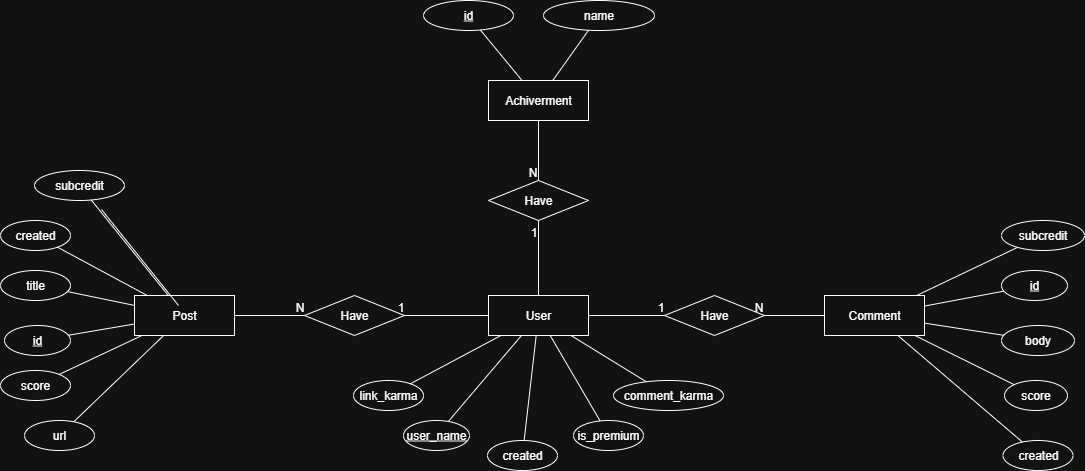
This is database/image/ERD.png from Vinhnub/Detect-clone-accounts-reddit-flatform-data-science-project-, a draw.io export, as it was before one commit. Source tidied: cells renumbered, new cells last; positions are measured from the earlier drawing's top-left corner, leaving out a move shared by most shapes. The source it was exported from:
```xml
<mxGraphModel>
  <root>
    <mxCell id="0" />
    <mxCell id="1" parent="0" />
    <mxCell id="2" value="User" style="whiteSpace=wrap;html=1;align=center;" parent="1" vertex="1">
      <mxGeometry x="488" y="295" width="100" height="40" as="geometry" />
    </mxCell>
    <mxCell id="3" value="Achiverment" style="whiteSpace=wrap;html=1;align=center;" parent="1" vertex="1">
      <mxGeometry x="488" y="80" width="100" height="40" as="geometry" />
    </mxCell>
    <mxCell id="4" value="Post" style="whiteSpace=wrap;html=1;align=center;" parent="1" vertex="1">
      <mxGeometry x="134" y="295" width="100" height="40" as="geometry" />
    </mxCell>
    <mxCell id="5" value="Comment" style="whiteSpace=wrap;html=1;align=center;" parent="1" vertex="1">
      <mxGeometry x="824" y="295" width="100" height="40" as="geometry" />
    </mxCell>
    <mxCell id="6" value="Have" style="shape=rhombus;perimeter=rhombusPerimeter;whiteSpace=wrap;html=1;align=center;" parent="1" vertex="1">
      <mxGeometry x="488" y="180" width="100" height="40" as="geometry" />
    </mxCell>
    <mxCell id="7" value="Have" style="shape=rhombus;perimeter=rhombusPerimeter;whiteSpace=wrap;html=1;align=center;" parent="1" vertex="1">
      <mxGeometry x="304" y="295" width="100" height="40" as="geometry" />
    </mxCell>
    <mxCell id="8" value="Have" style="shape=rhombus;perimeter=rhombusPerimeter;whiteSpace=wrap;html=1;align=center;" parent="1" vertex="1">
      <mxGeometry x="664" y="295" width="100" height="40" as="geometry" />
    </mxCell>
    <mxCell id="9" style="endArrow=none;html=1;rounded=0;" parent="1" edge="1" source="2" target="7">
      <mxGeometry relative="1" as="geometry" />
    </mxCell>
    <mxCell id="10" value="1" style="html=1;whiteSpace=wrap;align=right;verticalAlign=bottom;" parent="9" vertex="1">
      <mxGeometry x="1" relative="1" as="geometry" />
    </mxCell>
    <mxCell id="11" style="endArrow=none;html=1;rounded=0;" parent="1" edge="1" source="4" target="7">
      <mxGeometry relative="1" as="geometry" />
    </mxCell>
    <mxCell id="12" value="N" style="html=1;whiteSpace=wrap;align=right;verticalAlign=bottom;" parent="11" vertex="1">
      <mxGeometry x="1" relative="1" as="geometry" />
    </mxCell>
    <mxCell id="13" style="endArrow=none;html=1;rounded=0;" parent="1" edge="1" source="2" target="8">
      <mxGeometry relative="1" as="geometry" />
    </mxCell>
    <mxCell id="14" value="1" style="html=1;whiteSpace=wrap;align=right;verticalAlign=bottom;" parent="13" vertex="1">
      <mxGeometry x="1" relative="1" as="geometry" />
    </mxCell>
    <mxCell id="15" style="endArrow=none;html=1;rounded=0;" parent="1" edge="1" source="5" target="8">
      <mxGeometry relative="1" as="geometry" />
    </mxCell>
    <mxCell id="16" value="N" style="html=1;whiteSpace=wrap;align=right;verticalAlign=bottom;" parent="15" vertex="1">
      <mxGeometry x="1" relative="1" as="geometry" />
    </mxCell>
    <mxCell id="17" style="endArrow=none;html=1;rounded=0;" parent="1" edge="1" source="3" target="6">
      <mxGeometry relative="1" as="geometry" />
    </mxCell>
    <mxCell id="18" value="N" style="html=1;whiteSpace=wrap;align=right;verticalAlign=bottom;" parent="17" vertex="1">
      <mxGeometry x="1" relative="1" as="geometry" />
    </mxCell>
    <mxCell id="19" style="endArrow=none;html=1;rounded=0;" parent="1" edge="1" source="2" target="6">
      <mxGeometry relative="1" as="geometry" />
    </mxCell>
    <mxCell id="20" value="1" style="html=1;whiteSpace=wrap;align=right;verticalAlign=bottom;" parent="19" vertex="1">
      <mxGeometry x="1" relative="1" as="geometry">
        <mxPoint y="20" as="offset" />
      </mxGeometry>
    </mxCell>
    <mxCell id="21" value="user_name" style="ellipse;whiteSpace=wrap;html=1;align=center;fontStyle=4;" parent="1" vertex="1">
      <mxGeometry x="403" y="420" width="66" height="30" as="geometry" />
    </mxCell>
    <mxCell id="22" value="link_karma" style="ellipse;whiteSpace=wrap;html=1;align=center;" parent="1" vertex="1">
      <mxGeometry x="353" y="380" width="70" height="30" as="geometry" />
    </mxCell>
    <mxCell id="23" value="comment_karma" style="ellipse;whiteSpace=wrap;html=1;align=center;" parent="1" vertex="1">
      <mxGeometry x="613" y="380" width="110" height="30" as="geometry" />
    </mxCell>
    <mxCell id="24" value="created" style="ellipse;whiteSpace=wrap;html=1;align=center;" parent="1" vertex="1">
      <mxGeometry x="487" y="440" width="70" height="30" as="geometry" />
    </mxCell>
    <mxCell id="25" value="is_premium" style="ellipse;whiteSpace=wrap;html=1;align=center;" parent="1" vertex="1">
      <mxGeometry x="573" y="420" width="70" height="30" as="geometry" />
    </mxCell>
    <mxCell id="26" value="id" style="ellipse;whiteSpace=wrap;html=1;align=center;fontStyle=4;" parent="1" vertex="1">
      <mxGeometry x="423" width="90" height="30" as="geometry" />
    </mxCell>
    <mxCell id="27" value="name" style="ellipse;whiteSpace=wrap;html=1;align=center;" parent="1" vertex="1">
      <mxGeometry x="543" width="111" height="30" as="geometry" />
    </mxCell>
    <mxCell id="28" value="id" style="ellipse;whiteSpace=wrap;html=1;align=center;fontStyle=4;" parent="1" vertex="1">
      <mxGeometry x="4" y="325" width="66" height="30" as="geometry" />
    </mxCell>
    <mxCell id="29" value="score" style="ellipse;whiteSpace=wrap;html=1;align=center;" parent="1" vertex="1">
      <mxGeometry y="370" width="70" height="30" as="geometry" />
    </mxCell>
    <mxCell id="30" value="url" style="ellipse;whiteSpace=wrap;html=1;align=center;" parent="1" vertex="1">
      <mxGeometry x="24" y="420" width="70" height="30" as="geometry" />
    </mxCell>
    <mxCell id="31" value="created" style="ellipse;whiteSpace=wrap;html=1;align=center;" parent="1" vertex="1">
      <mxGeometry y="220" width="70" height="30" as="geometry" />
    </mxCell>
    <mxCell id="32" value="subcredit" style="ellipse;whiteSpace=wrap;html=1;align=center;" parent="1" vertex="1">
      <mxGeometry x="34" y="170" width="90" height="30" as="geometry" />
    </mxCell>
    <mxCell id="33" value="title" style="ellipse;whiteSpace=wrap;html=1;align=center;" parent="1" vertex="1">
      <mxGeometry y="270" width="70" height="30" as="geometry" />
    </mxCell>
    <mxCell id="34" value="id" style="ellipse;whiteSpace=wrap;html=1;align=center;fontStyle=4;" parent="1" vertex="1">
      <mxGeometry x="1001" y="270" width="66" height="30" as="geometry" />
    </mxCell>
    <mxCell id="35" value="score" style="ellipse;whiteSpace=wrap;html=1;align=center;" parent="1" vertex="1">
      <mxGeometry x="1004" y="380" width="63" height="30" as="geometry" />
    </mxCell>
    <mxCell id="36" value="body" style="ellipse;whiteSpace=wrap;html=1;align=center;" parent="1" vertex="1">
      <mxGeometry x="1001" y="325" width="73" height="30" as="geometry" />
    </mxCell>
    <mxCell id="37" value="subcredit" style="ellipse;whiteSpace=wrap;html=1;align=center;" parent="1" vertex="1">
      <mxGeometry x="1001" y="220" width="83" height="30" as="geometry" />
    </mxCell>
    <mxCell id="38" value="created" style="ellipse;whiteSpace=wrap;html=1;align=center;" parent="1" vertex="1">
      <mxGeometry x="1002.5" y="440" width="70" height="30" as="geometry" />
    </mxCell>
    <mxCell id="39" style="endArrow=none;html=1;rounded=0;" parent="1" edge="1" source="32" target="4">
      <mxGeometry relative="1" as="geometry" />
    </mxCell>
    <mxCell id="40" style="endArrow=none;html=1;rounded=0;" parent="1" edge="1" source="27" target="3">
      <mxGeometry relative="1" as="geometry" />
    </mxCell>
    <mxCell id="41" style="endArrow=none;html=1;rounded=0;" parent="1" edge="1" source="26" target="3">
      <mxGeometry relative="1" as="geometry" />
    </mxCell>
    <mxCell id="42" style="endArrow=none;html=1;rounded=0;" parent="1" edge="1" source="33" target="4">
      <mxGeometry relative="1" as="geometry" />
    </mxCell>
    <mxCell id="43" style="endArrow=none;html=1;rounded=0;" parent="1" edge="1" source="29" target="4">
      <mxGeometry relative="1" as="geometry" />
    </mxCell>
    <mxCell id="44" style="endArrow=none;html=1;rounded=0;" parent="1" edge="1" source="28" target="4">
      <mxGeometry relative="1" as="geometry" />
    </mxCell>
    <mxCell id="45" style="endArrow=none;html=1;rounded=0;" parent="1" edge="1" source="31" target="4">
      <mxGeometry relative="1" as="geometry" />
    </mxCell>
    <mxCell id="46" style="endArrow=none;html=1;rounded=0;" parent="1" edge="1" source="4" target="30">
      <mxGeometry relative="1" as="geometry" />
    </mxCell>
    <mxCell id="47" style="endArrow=none;html=1;rounded=0;" parent="1" edge="1" source="2" target="22">
      <mxGeometry relative="1" as="geometry" />
    </mxCell>
    <mxCell id="48" style="endArrow=none;html=1;rounded=0;" parent="1" edge="1" source="2" target="21">
      <mxGeometry relative="1" as="geometry" />
    </mxCell>
    <mxCell id="49" style="endArrow=none;html=1;rounded=0;" parent="1" edge="1">
      <mxGeometry relative="1" as="geometry">
        <mxPoint x="101" y="209" as="sourcePoint" />
        <mxPoint x="178" y="305" as="targetPoint" />
      </mxGeometry>
    </mxCell>
    <mxCell id="50" style="endArrow=none;html=1;rounded=0;" parent="1" edge="1" source="2" target="24">
      <mxGeometry relative="1" as="geometry" />
    </mxCell>
    <mxCell id="51" style="endArrow=none;html=1;rounded=0;" parent="1" edge="1" source="2" target="25">
      <mxGeometry relative="1" as="geometry" />
    </mxCell>
    <mxCell id="52" style="endArrow=none;html=1;rounded=0;" parent="1" edge="1" source="2" target="23">
      <mxGeometry relative="1" as="geometry" />
    </mxCell>
    <mxCell id="53" style="endArrow=none;html=1;rounded=0;" parent="1" edge="1" source="37" target="5">
      <mxGeometry relative="1" as="geometry" />
    </mxCell>
    <mxCell id="54" style="endArrow=none;html=1;rounded=0;" parent="1" edge="1" source="5" target="34">
      <mxGeometry relative="1" as="geometry" />
    </mxCell>
    <mxCell id="55" style="endArrow=none;html=1;rounded=0;" parent="1" edge="1" source="5" target="36">
      <mxGeometry relative="1" as="geometry" />
    </mxCell>
    <mxCell id="56" style="endArrow=none;html=1;rounded=0;" parent="1" edge="1" source="5" target="35">
      <mxGeometry relative="1" as="geometry" />
    </mxCell>
    <mxCell id="57" style="endArrow=none;html=1;rounded=0;" parent="1" edge="1" source="5" target="38">
      <mxGeometry relative="1" as="geometry" />
    </mxCell>
  </root>
</mxGraphModel>
```
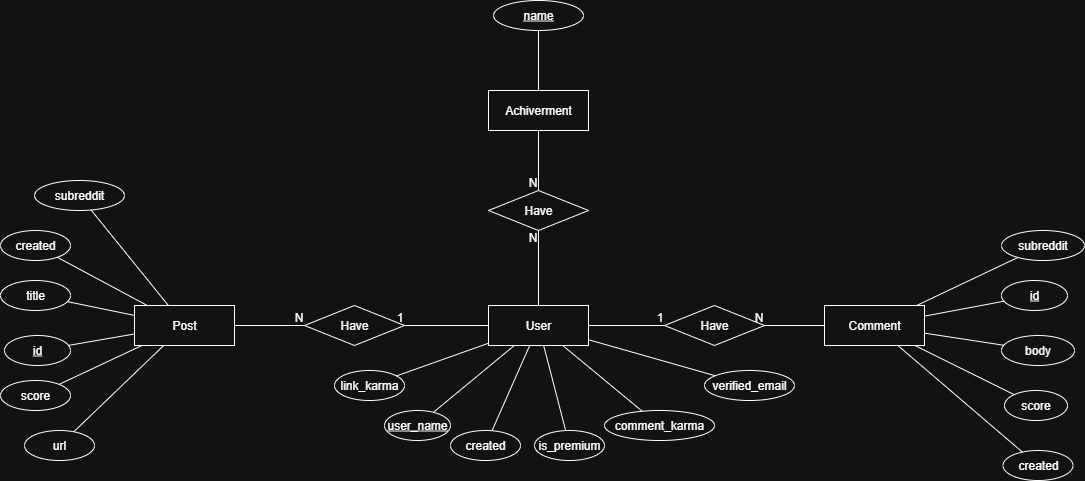
Later version of the same file.

The edit, as a diff of the source:
```diff
@@ -53,35 +53,24 @@
     <mxCell id="18" value="N" style="html=1;whiteSpace=wrap;align=right;verticalAlign=bottom;" parent="17" vertex="1">
       <mxGeometry x="1" relative="1" as="geometry" />
     </mxCell>
-    <mxCell id="19" style="endArrow=none;html=1;rounded=0;" parent="1" edge="1" source="2" target="6">
-      <mxGeometry relative="1" as="geometry" />
-    </mxCell>
-    <mxCell id="20" value="1" style="html=1;whiteSpace=wrap;align=right;verticalAlign=bottom;" parent="19" vertex="1">
-      <mxGeometry x="1" relative="1" as="geometry">
-        <mxPoint y="20" as="offset" />
-      </mxGeometry>
-    </mxCell>
     <mxCell id="21" value="user_name" style="ellipse;whiteSpace=wrap;html=1;align=center;fontStyle=4;" parent="1" vertex="1">
-      <mxGeometry x="403" y="420" width="66" height="30" as="geometry" />
+      <mxGeometry x="384" y="400" width="66" height="30" as="geometry" />
     </mxCell>
     <mxCell id="22" value="link_karma" style="ellipse;whiteSpace=wrap;html=1;align=center;" parent="1" vertex="1">
-      <mxGeometry x="353" y="380" width="70" height="30" as="geometry" />
+      <mxGeometry x="334" y="360" width="70" height="30" as="geometry" />
     </mxCell>
     <mxCell id="23" value="comment_karma" style="ellipse;whiteSpace=wrap;html=1;align=center;" parent="1" vertex="1">
-      <mxGeometry x="613" y="380" width="110" height="30" as="geometry" />
+      <mxGeometry x="604" y="400" width="110" height="30" as="geometry" />
     </mxCell>
     <mxCell id="24" value="created" style="ellipse;whiteSpace=wrap;html=1;align=center;" parent="1" vertex="1">
-      <mxGeometry x="487" y="440" width="70" height="30" as="geometry" />
+      <mxGeometry x="450" y="420" width="70" height="30" as="geometry" />
     </mxCell>
     <mxCell id="25" value="is_premium" style="ellipse;whiteSpace=wrap;html=1;align=center;" parent="1" vertex="1">
-      <mxGeometry x="573" y="420" width="70" height="30" as="geometry" />
+      <mxGeometry x="534" y="420" width="70" height="30" as="geometry" />
     </mxCell>
-    <mxCell id="26" value="id" style="ellipse;whiteSpace=wrap;html=1;align=center;fontStyle=4;" parent="1" vertex="1">
-      <mxGeometry x="423" width="90" height="30" as="geometry" />
+    <mxCell id="26" value="name" style="ellipse;whiteSpace=wrap;html=1;align=center;fontStyle=4;" parent="1" vertex="1">
+      <mxGeometry x="493" y="-10" width="90" height="30" as="geometry" />
     </mxCell>
-    <mxCell id="27" value="name" style="ellipse;whiteSpace=wrap;html=1;align=center;" parent="1" vertex="1">
-      <mxGeometry x="543" width="111" height="30" as="geometry" />
-    </mxCell>
     <mxCell id="28" value="id" style="ellipse;whiteSpace=wrap;html=1;align=center;fontStyle=4;" parent="1" vertex="1">
       <mxGeometry x="4" y="325" width="66" height="30" as="geometry" />
     </mxCell>
@@ -94,7 +83,7 @@
     <mxCell id="31" value="created" style="ellipse;whiteSpace=wrap;html=1;align=center;" parent="1" vertex="1">
       <mxGeometry y="220" width="70" height="30" as="geometry" />
     </mxCell>
-    <mxCell id="32" value="subcredit" style="ellipse;whiteSpace=wrap;html=1;align=center;" parent="1" vertex="1">
+    <mxCell id="32" value="subreddit" style="ellipse;whiteSpace=wrap;html=1;align=center;" parent="1" vertex="1">
       <mxGeometry x="34" y="170" width="90" height="30" as="geometry" />
     </mxCell>
     <mxCell id="33" value="title" style="ellipse;whiteSpace=wrap;html=1;align=center;" parent="1" vertex="1">
@@ -109,7 +98,7 @@
     <mxCell id="36" value="body" style="ellipse;whiteSpace=wrap;html=1;align=center;" parent="1" vertex="1">
       <mxGeometry x="1001" y="325" width="73" height="30" as="geometry" />
     </mxCell>
-    <mxCell id="37" value="subcredit" style="ellipse;whiteSpace=wrap;html=1;align=center;" parent="1" vertex="1">
+    <mxCell id="37" value="subreddit" style="ellipse;whiteSpace=wrap;html=1;align=center;" parent="1" vertex="1">
       <mxGeometry x="1001" y="220" width="83" height="30" as="geometry" />
     </mxCell>
     <mxCell id="38" value="created" style="ellipse;whiteSpace=wrap;html=1;align=center;" parent="1" vertex="1">
@@ -118,9 +107,6 @@
     <mxCell id="39" style="endArrow=none;html=1;rounded=0;" parent="1" edge="1" source="32" target="4">
       <mxGeometry relative="1" as="geometry" />
     </mxCell>
-    <mxCell id="40" style="endArrow=none;html=1;rounded=0;" parent="1" edge="1" source="27" target="3">
-      <mxGeometry relative="1" as="geometry" />
-    </mxCell>
     <mxCell id="41" style="endArrow=none;html=1;rounded=0;" parent="1" edge="1" source="26" target="3">
       <mxGeometry relative="1" as="geometry" />
     </mxCell>
@@ -145,12 +131,6 @@
     <mxCell id="48" style="endArrow=none;html=1;rounded=0;" parent="1" edge="1" source="2" target="21">
       <mxGeometry relative="1" as="geometry" />
     </mxCell>
-    <mxCell id="49" style="endArrow=none;html=1;rounded=0;" parent="1" edge="1">
-      <mxGeometry relative="1" as="geometry">
-        <mxPoint x="101" y="209" as="sourcePoint" />
-        <mxPoint x="178" y="305" as="targetPoint" />
-      </mxGeometry>
-    </mxCell>
     <mxCell id="50" style="endArrow=none;html=1;rounded=0;" parent="1" edge="1" source="2" target="24">
       <mxGeometry relative="1" as="geometry" />
     </mxCell>
@@ -175,5 +155,19 @@
     <mxCell id="57" style="endArrow=none;html=1;rounded=0;" parent="1" edge="1" source="5" target="38">
       <mxGeometry relative="1" as="geometry" />
     </mxCell>
+    <mxCell id="19" style="endArrow=none;html=1;rounded=0;" parent="1" edge="1" source="2" target="6">
+      <mxGeometry relative="1" as="geometry" />
+    </mxCell>
+    <mxCell id="58" value="N" style="html=1;whiteSpace=wrap;align=right;verticalAlign=bottom;" parent="19" vertex="1">
+      <mxGeometry x="1" relative="1" as="geometry">
+        <mxPoint y="15" as="offset" />
+      </mxGeometry>
+    </mxCell>
+    <mxCell id="59" value="verified_email" style="ellipse;whiteSpace=wrap;html=1;align=center;" parent="1" vertex="1">
+      <mxGeometry x="704" y="360" width="90" height="30" as="geometry" />
+    </mxCell>
+    <mxCell id="60" style="endArrow=none;html=1;rounded=0;" parent="1" edge="1" source="2" target="59">
+      <mxGeometry relative="1" as="geometry" />
+    </mxCell>
   </root>
 </mxGraphModel>
```
